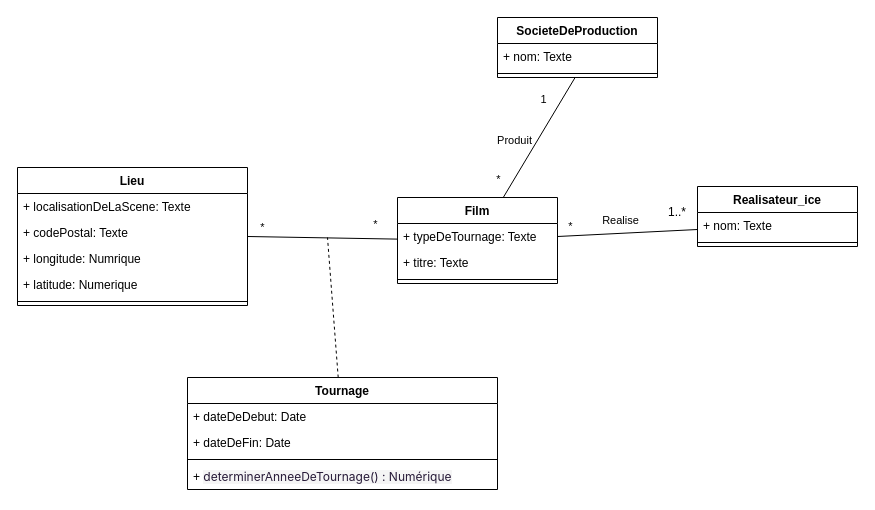
BoubaGadiaga/NeoNomade_modelisation keeps this draw.io diagram as MCD_NeoNomade.drawio. Above is the earlier version. Source tidied: cells renumbered, new cells numbered last; positions are measured from the earlier drawing's top-left corner, leaving out a move shared by most shapes. Both pictures are drawn from the tidied source at 100%, with x=0, y=0 at pixel (17, 17).
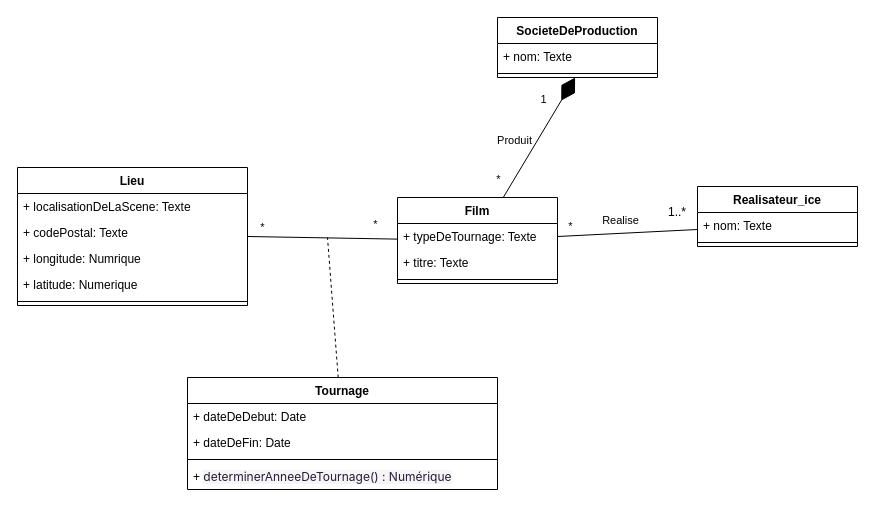
After the change.

Commit message:
transformation de film en classe composant de societe de production

Unchanged cells that the change refers to:
```xml
<mxCell id="12" value="Film" style="swimlane;fontStyle=1;align=center;verticalAlign=top;horizontal=1;startSize=26;whiteSpace=wrap;html=1;" parent="1" vertex="1">
  <mxGeometry x="380" y="180" width="160" height="86" as="geometry" />
</mxCell>
<mxCell id="30" style="line;strokeWidth=1;fillColor=none;align=left;verticalAlign=middle;spacingTop=-1;spacingLeft=3;spacingRight=3;labelPosition=right;points=[];portConstraint=eastwest;strokeColor=inherit;" parent="28" vertex="1">
  <mxGeometry y="52" width="160" height="8" as="geometry" />
</mxCell>
```

The edit, as a diff of the source:
```diff
@@
-    <mxCell id="5" style="rounded=0;jettySize=auto;html=1;endArrow=none;endFill=0;" parent="1" edge="1" source="12" target="30">
+    <mxCell id="5" style="rounded=0;jettySize=auto;html=1;endArrow=diamondThin;endFill=1;strokeWidth=1;endSize=24;startSize=24;" parent="1" edge="1" source="12" target="30">
       <mxGeometry relative="1" as="geometry" />
     </mxCell>
```
